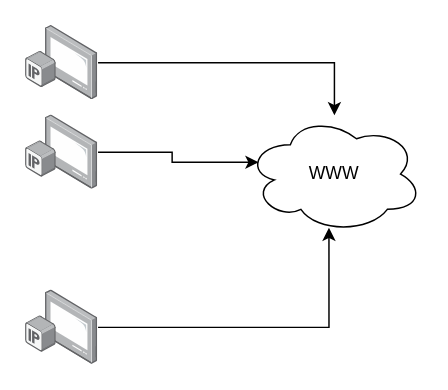
rotemo-iai/drawio keeps this draw.io diagram as Uniper.drawio. Above is the earlier version. Source tidied: cells renumbered, new cells numbered last; positions are measured from the earlier drawing's top-left corner, leaving out a move shared by most shapes. Both pictures are drawn from the tidied source at 147%, with x=0, y=0 at pixel (25, 25).
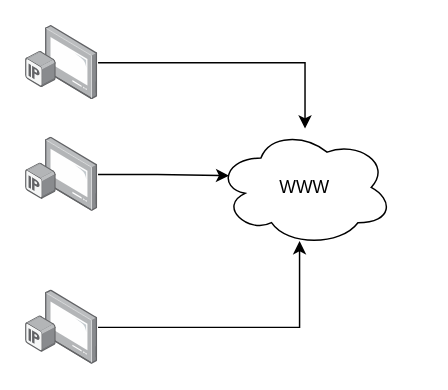
After the change.

What changed in the source:
```diff
@@
 <mxGraphModel>
   <root>
     <mxCell id="0" />
     <mxCell id="1" parent="0" />
     <mxCell id="2" value="WWW" style="ellipse;shape=cloud;whiteSpace=wrap;html=1;" parent="1" vertex="1">
-      <mxGeometry x="150" y="60.9" width="120" height="80" as="geometry" />
+      <mxGeometry x="130" y="70" width="120" height="80" as="geometry" />
     </mxCell>
     <mxCell id="3" style="edgeStyle=orthogonalEdgeStyle;rounded=0;jettySize=auto;html=1;" parent="1" edge="1" source="4" target="2">
       <mxGeometry relative="1" as="geometry" />
     </mxCell>
     <mxCell id="4" style="image;points=[];html=1;align=center;shadow=0;dashed=0;image=img/lib/allied_telesis/computer_and_terminals/IP_TV.svg;" parent="1" vertex="1">
       <mxGeometry width="49.2" height="50.4" as="geometry" />
     </mxCell>
-    <mxCell id="5" style="image;points=[];html=1;align=center;shadow=0;dashed=0;image=img/lib/allied_telesis/computer_and_terminals/IP_TV.svg;" parent="1" vertex="1">
-      <mxGeometry y="60.9" width="49.2" height="50.4" as="geometry" />
-    </mxCell>
     <mxCell id="6" style="image;points=[];html=1;align=center;shadow=0;dashed=0;image=img/lib/allied_telesis/computer_and_terminals/IP_TV.svg;" parent="1" vertex="1">
       <mxGeometry y="180" width="49.2" height="50.4" as="geometry" />
     </mxCell>
-    <mxCell id="7" style="edgeStyle=orthogonalEdgeStyle;rounded=0;jettySize=auto;html=1;entryX=0.07;entryY=0.4;entryDx=0;entryDy=0;entryPerimeter=0;" parent="1" edge="1" source="5" target="2">
-      <mxGeometry relative="1" as="geometry" />
-    </mxCell>
     <mxCell id="8" style="edgeStyle=orthogonalEdgeStyle;rounded=0;jettySize=auto;html=1;entryX=0.469;entryY=0.956;entryDx=0;entryDy=0;entryPerimeter=0;" parent="1" edge="1" source="6" target="2">
       <mxGeometry relative="1" as="geometry" />
     </mxCell>
+    <mxCell id="9" style="edgeStyle=orthogonalEdgeStyle;rounded=0;jettySize=auto;html=1;entryX=0.07;entryY=0.4;entryDx=0;entryDy=0;entryPerimeter=0;" parent="1" edge="1" source="10" target="2">
+      <mxGeometry relative="1" as="geometry" />
+    </mxCell>
+    <mxCell id="10" style="image;points=[];html=1;align=center;shadow=0;dashed=0;image=img/lib/allied_telesis/computer_and_terminals/IP_TV.svg;" parent="1" vertex="1">
+      <mxGeometry y="76" width="49.2" height="50.4" as="geometry" />
+    </mxCell>
   </root>
 </mxGraphModel>
```
